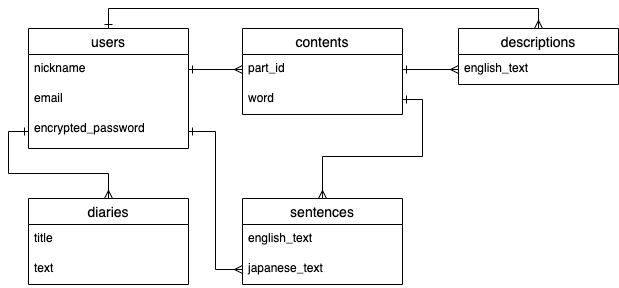
Earlier version of the draw.io export ER.drawio.png (Chukoto/wordstock). Source tidied: cells renumbered, new cells last; positions are measured from the earlier drawing's top-left corner, leaving out a move shared by most shapes. Its diagram source:
```xml
<mxGraphModel>
  <root>
    <mxCell id="0" />
    <mxCell id="1" parent="0" />
    <mxCell id="2" style="edgeStyle=orthogonalEdgeStyle;rounded=0;jettySize=auto;html=1;exitX=0.5;exitY=0;exitDx=0;exitDy=0;entryX=0.5;entryY=0;entryDx=0;entryDy=0;startArrow=ERone;startFill=0;endArrow=ERmany;endFill=0;" parent="1" edge="1" source="3" target="19">
      <mxGeometry relative="1" as="geometry" />
    </mxCell>
    <mxCell id="3" value="users" style="swimlane;fontStyle=0;horizontal=1;startSize=26;align=center;fontSize=14;" parent="1" vertex="1">
      <mxGeometry width="160" height="120" as="geometry" />
    </mxCell>
    <mxCell id="4" value="nickname" style="text;strokeColor=none;fillColor=none;spacingLeft=4;spacingRight=4;overflow=hidden;points=[[0,0.5],[1,0.5]];portConstraint=eastwest;fontSize=12;" parent="3" vertex="1">
      <mxGeometry y="26" width="160" height="30" as="geometry" />
    </mxCell>
    <mxCell id="5" value="email" style="text;strokeColor=none;fillColor=none;spacingLeft=4;spacingRight=4;overflow=hidden;fontSize=12;" parent="3" vertex="1">
      <mxGeometry y="56" width="160" height="30" as="geometry" />
    </mxCell>
    <mxCell id="6" value="encrypted_password" style="text;strokeColor=none;fillColor=none;spacingLeft=4;spacingRight=4;overflow=hidden;points=[[0,0.5],[1,0.5]];portConstraint=eastwest;fontSize=12;" parent="3" vertex="1">
      <mxGeometry y="86" width="160" height="34" as="geometry" />
    </mxCell>
    <mxCell id="7" value="contents" style="swimlane;fontStyle=0;horizontal=1;startSize=26;align=center;fontSize=14;" parent="1" vertex="1">
      <mxGeometry x="214" width="160" height="86" as="geometry" />
    </mxCell>
    <mxCell id="8" value="part_id" style="text;strokeColor=none;fillColor=none;spacingLeft=4;spacingRight=4;overflow=hidden;points=[[0,0.5],[1,0.5]];portConstraint=eastwest;fontSize=12;" parent="7" vertex="1">
      <mxGeometry y="26" width="160" height="30" as="geometry" />
    </mxCell>
    <mxCell id="9" value="word" style="text;strokeColor=none;fillColor=none;spacingLeft=4;spacingRight=4;overflow=hidden;points=[[0,0.5],[1,0.5]];portConstraint=eastwest;fontSize=12;" parent="7" vertex="1">
      <mxGeometry y="56" width="160" height="30" as="geometry" />
    </mxCell>
    <mxCell id="10" value="sentences" style="swimlane;fontStyle=0;horizontal=1;startSize=26;align=center;fontSize=14;" parent="1" vertex="1">
      <mxGeometry x="214" y="170" width="160" height="86" as="geometry" />
    </mxCell>
    <mxCell id="11" value="english_text" style="text;strokeColor=none;fillColor=none;spacingLeft=4;spacingRight=4;overflow=hidden;points=[[0,0.5],[1,0.5]];portConstraint=eastwest;fontSize=12;" parent="10" vertex="1">
      <mxGeometry y="26" width="160" height="30" as="geometry" />
    </mxCell>
    <mxCell id="12" value="japanese_text" style="text;strokeColor=none;fillColor=none;spacingLeft=4;spacingRight=4;overflow=hidden;points=[[0,0.5],[1,0.5]];portConstraint=eastwest;fontSize=12;" parent="10" vertex="1">
      <mxGeometry y="56" width="160" height="30" as="geometry" />
    </mxCell>
    <mxCell id="13" style="edgeStyle=orthogonalEdgeStyle;rounded=0;jettySize=auto;html=1;exitX=0.5;exitY=0;exitDx=0;exitDy=0;entryX=0;entryY=0.5;entryDx=0;entryDy=0;endArrow=ERone;endFill=0;startArrow=ERmany;startFill=0;" parent="1" edge="1" source="14" target="6">
      <mxGeometry relative="1" as="geometry" />
    </mxCell>
    <mxCell id="14" value="diaries" style="swimlane;fontStyle=0;horizontal=1;startSize=26;align=center;fontSize=14;" parent="1" vertex="1">
      <mxGeometry y="170" width="160" height="86" as="geometry" />
    </mxCell>
    <mxCell id="15" value="title" style="text;strokeColor=none;fillColor=none;spacingLeft=4;spacingRight=4;overflow=hidden;fontSize=12;" parent="14" vertex="1">
      <mxGeometry y="26" width="160" height="30" as="geometry" />
    </mxCell>
    <mxCell id="16" value="text" style="text;strokeColor=none;fillColor=none;spacingLeft=4;spacingRight=4;overflow=hidden;fontSize=12;" parent="14" vertex="1">
      <mxGeometry y="56" width="160" height="30" as="geometry" />
    </mxCell>
    <mxCell id="17" style="edgeStyle=orthogonalEdgeStyle;rounded=0;jettySize=auto;html=1;exitX=1;exitY=0.5;exitDx=0;exitDy=0;entryX=0.5;entryY=0;entryDx=0;entryDy=0;startArrow=ERone;startFill=0;endArrow=ERmany;endFill=0;" parent="1" edge="1" source="9" target="10">
      <mxGeometry relative="1" as="geometry" />
    </mxCell>
    <mxCell id="18" style="edgeStyle=orthogonalEdgeStyle;rounded=0;jettySize=auto;html=1;exitX=1;exitY=0.5;exitDx=0;exitDy=0;entryX=0;entryY=0.5;entryDx=0;entryDy=0;startArrow=ERone;startFill=0;endArrow=ERmany;endFill=0;" parent="1" edge="1" source="6" target="12">
      <mxGeometry relative="1" as="geometry" />
    </mxCell>
    <mxCell id="19" value="descriptions" style="swimlane;fontStyle=0;horizontal=1;startSize=26;align=center;fontSize=14;" parent="1" vertex="1">
      <mxGeometry x="430" width="160" height="56" as="geometry" />
    </mxCell>
    <mxCell id="20" value="english_text" style="text;strokeColor=none;fillColor=none;spacingLeft=4;spacingRight=4;overflow=hidden;points=[[0,0.5],[1,0.5]];portConstraint=eastwest;fontSize=12;" parent="19" vertex="1">
      <mxGeometry y="26" width="160" height="30" as="geometry" />
    </mxCell>
    <mxCell id="21" style="edgeStyle=orthogonalEdgeStyle;rounded=0;jettySize=auto;html=1;exitX=0;exitY=0.5;exitDx=0;exitDy=0;entryX=1;entryY=0.5;entryDx=0;entryDy=0;endArrow=ERone;endFill=0;startArrow=ERmany;startFill=0;" parent="1" edge="1" source="20" target="8">
      <mxGeometry relative="1" as="geometry" />
    </mxCell>
    <mxCell id="22" style="edgeStyle=orthogonalEdgeStyle;rounded=0;jettySize=auto;html=1;exitX=1;exitY=0.5;exitDx=0;exitDy=0;entryX=0;entryY=0.5;entryDx=0;entryDy=0;startArrow=ERone;startFill=0;endArrow=ERmany;endFill=0;" parent="1" edge="1" source="4" target="8">
      <mxGeometry relative="1" as="geometry" />
    </mxCell>
  </root>
</mxGraphModel>
```
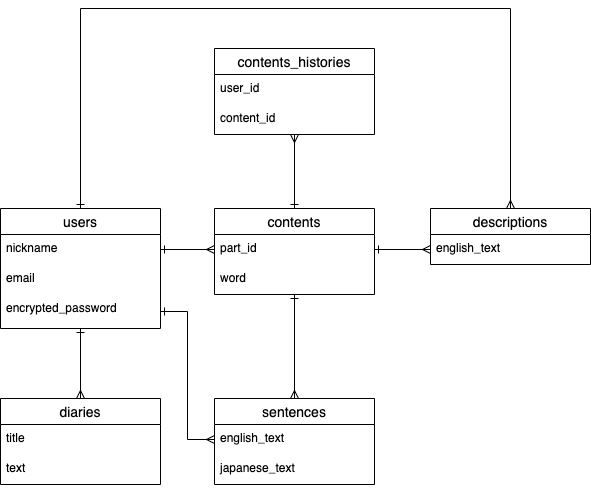
Later version of the same file.

Commit message:
ER図とReadmeの追記（contents_historiesテーブル追加）

Change to the diagram source:
```diff
@@ -3,7 +3,12 @@
     <mxCell id="0" />
     <mxCell id="1" parent="0" />
     <mxCell id="2" style="edgeStyle=orthogonalEdgeStyle;rounded=0;jettySize=auto;html=1;exitX=0.5;exitY=0;exitDx=0;exitDy=0;entryX=0.5;entryY=0;entryDx=0;entryDy=0;startArrow=ERone;startFill=0;endArrow=ERmany;endFill=0;" parent="1" edge="1" source="3" target="19">
-      <mxGeometry relative="1" as="geometry" />
+      <mxGeometry relative="1" as="geometry">
+        <Array as="points">
+          <mxPoint x="80" y="-200" />
+          <mxPoint x="510" y="-200" />
+        </Array>
+      </mxGeometry>
     </mxCell>
     <mxCell id="3" value="users" style="swimlane;fontStyle=0;horizontal=1;startSize=26;align=center;fontSize=14;" parent="1" vertex="1">
       <mxGeometry width="160" height="120" as="geometry" />
@@ -17,6 +22,9 @@
     <mxCell id="6" value="encrypted_password" style="text;strokeColor=none;fillColor=none;spacingLeft=4;spacingRight=4;overflow=hidden;points=[[0,0.5],[1,0.5]];portConstraint=eastwest;fontSize=12;" parent="3" vertex="1">
       <mxGeometry y="86" width="160" height="34" as="geometry" />
     </mxCell>
+    <mxCell id="23" style="edgeStyle=orthogonalEdgeStyle;rounded=0;jettySize=auto;html=1;exitX=0.5;exitY=0;exitDx=0;exitDy=0;endArrow=ERmany;endFill=0;startArrow=ERone;startFill=0;" parent="1" edge="1" source="7" target="26">
+      <mxGeometry relative="1" as="geometry" />
+    </mxCell>
     <mxCell id="7" value="contents" style="swimlane;fontStyle=0;horizontal=1;startSize=26;align=center;fontSize=14;" parent="1" vertex="1">
       <mxGeometry x="214" width="160" height="86" as="geometry" />
     </mxCell>
@@ -26,8 +34,11 @@
     <mxCell id="9" value="word" style="text;strokeColor=none;fillColor=none;spacingLeft=4;spacingRight=4;overflow=hidden;points=[[0,0.5],[1,0.5]];portConstraint=eastwest;fontSize=12;" parent="7" vertex="1">
       <mxGeometry y="56" width="160" height="30" as="geometry" />
     </mxCell>
+    <mxCell id="24" style="edgeStyle=orthogonalEdgeStyle;rounded=0;jettySize=auto;html=1;exitX=0.5;exitY=0;exitDx=0;exitDy=0;startArrow=ERmany;startFill=0;endArrow=ERone;endFill=0;" parent="1" edge="1" source="10" target="7">
+      <mxGeometry relative="1" as="geometry" />
+    </mxCell>
     <mxCell id="10" value="sentences" style="swimlane;fontStyle=0;horizontal=1;startSize=26;align=center;fontSize=14;" parent="1" vertex="1">
-      <mxGeometry x="214" y="170" width="160" height="86" as="geometry" />
+      <mxGeometry x="214" y="190" width="160" height="86" as="geometry" />
     </mxCell>
     <mxCell id="11" value="english_text" style="text;strokeColor=none;fillColor=none;spacingLeft=4;spacingRight=4;overflow=hidden;points=[[0,0.5],[1,0.5]];portConstraint=eastwest;fontSize=12;" parent="10" vertex="1">
       <mxGeometry y="26" width="160" height="30" as="geometry" />
@@ -35,11 +46,11 @@
     <mxCell id="12" value="japanese_text" style="text;strokeColor=none;fillColor=none;spacingLeft=4;spacingRight=4;overflow=hidden;points=[[0,0.5],[1,0.5]];portConstraint=eastwest;fontSize=12;" parent="10" vertex="1">
       <mxGeometry y="56" width="160" height="30" as="geometry" />
     </mxCell>
-    <mxCell id="13" style="edgeStyle=orthogonalEdgeStyle;rounded=0;jettySize=auto;html=1;exitX=0.5;exitY=0;exitDx=0;exitDy=0;entryX=0;entryY=0.5;entryDx=0;entryDy=0;endArrow=ERone;endFill=0;startArrow=ERmany;startFill=0;" parent="1" edge="1" source="14" target="6">
-      <mxGeometry relative="1" as="geometry" />
-    </mxCell>
+    <mxCell id="25" style="edgeStyle=orthogonalEdgeStyle;rounded=0;jettySize=auto;html=1;exitX=0.5;exitY=0;exitDx=0;exitDy=0;startArrow=ERmany;startFill=0;endArrow=ERone;endFill=0;" parent="1" edge="1" source="14" target="3">
+      <mxGeometry relative="1" as="geometry" />
+    </mxCell>
     <mxCell id="14" value="diaries" style="swimlane;fontStyle=0;horizontal=1;startSize=26;align=center;fontSize=14;" parent="1" vertex="1">
-      <mxGeometry y="170" width="160" height="86" as="geometry" />
+      <mxGeometry y="190" width="160" height="86" as="geometry" />
     </mxCell>
     <mxCell id="15" value="title" style="text;strokeColor=none;fillColor=none;spacingLeft=4;spacingRight=4;overflow=hidden;fontSize=12;" parent="14" vertex="1">
       <mxGeometry y="26" width="160" height="30" as="geometry" />
@@ -47,11 +58,13 @@
     <mxCell id="16" value="text" style="text;strokeColor=none;fillColor=none;spacingLeft=4;spacingRight=4;overflow=hidden;fontSize=12;" parent="14" vertex="1">
       <mxGeometry y="56" width="160" height="30" as="geometry" />
     </mxCell>
-    <mxCell id="17" style="edgeStyle=orthogonalEdgeStyle;rounded=0;jettySize=auto;html=1;exitX=1;exitY=0.5;exitDx=0;exitDy=0;entryX=0.5;entryY=0;entryDx=0;entryDy=0;startArrow=ERone;startFill=0;endArrow=ERmany;endFill=0;" parent="1" edge="1" source="9" target="10">
-      <mxGeometry relative="1" as="geometry" />
-    </mxCell>
-    <mxCell id="18" style="edgeStyle=orthogonalEdgeStyle;rounded=0;jettySize=auto;html=1;exitX=1;exitY=0.5;exitDx=0;exitDy=0;entryX=0;entryY=0.5;entryDx=0;entryDy=0;startArrow=ERone;startFill=0;endArrow=ERmany;endFill=0;" parent="1" edge="1" source="6" target="12">
-      <mxGeometry relative="1" as="geometry" />
+    <mxCell id="18" style="edgeStyle=orthogonalEdgeStyle;rounded=0;jettySize=auto;html=1;exitX=1;exitY=0.5;exitDx=0;exitDy=0;startArrow=ERone;startFill=0;endArrow=ERmany;endFill=0;entryX=0;entryY=0.5;entryDx=0;entryDy=0;" parent="1" edge="1" source="6" target="11">
+      <mxGeometry relative="1" as="geometry">
+        <Array as="points">
+          <mxPoint x="187" y="103" />
+          <mxPoint x="187" y="231" />
+        </Array>
+      </mxGeometry>
     </mxCell>
     <mxCell id="19" value="descriptions" style="swimlane;fontStyle=0;horizontal=1;startSize=26;align=center;fontSize=14;" parent="1" vertex="1">
       <mxGeometry x="430" width="160" height="56" as="geometry" />
@@ -65,5 +78,14 @@
     <mxCell id="22" style="edgeStyle=orthogonalEdgeStyle;rounded=0;jettySize=auto;html=1;exitX=1;exitY=0.5;exitDx=0;exitDy=0;entryX=0;entryY=0.5;entryDx=0;entryDy=0;startArrow=ERone;startFill=0;endArrow=ERmany;endFill=0;" parent="1" edge="1" source="4" target="8">
       <mxGeometry relative="1" as="geometry" />
     </mxCell>
+    <mxCell id="26" value="contents_histories" style="swimlane;fontStyle=0;horizontal=1;startSize=26;align=center;fontSize=14;" parent="1" vertex="1">
+      <mxGeometry x="214" y="-160" width="160" height="86" as="geometry" />
+    </mxCell>
+    <mxCell id="27" value="user_id" style="text;strokeColor=none;fillColor=none;spacingLeft=4;spacingRight=4;overflow=hidden;fontSize=12;" parent="26" vertex="1">
+      <mxGeometry y="26" width="160" height="30" as="geometry" />
+    </mxCell>
+    <mxCell id="28" value="content_id" style="text;strokeColor=none;fillColor=none;spacingLeft=4;spacingRight=4;overflow=hidden;fontSize=12;" parent="26" vertex="1">
+      <mxGeometry y="56" width="160" height="30" as="geometry" />
+    </mxCell>
   </root>
 </mxGraphModel>
```
